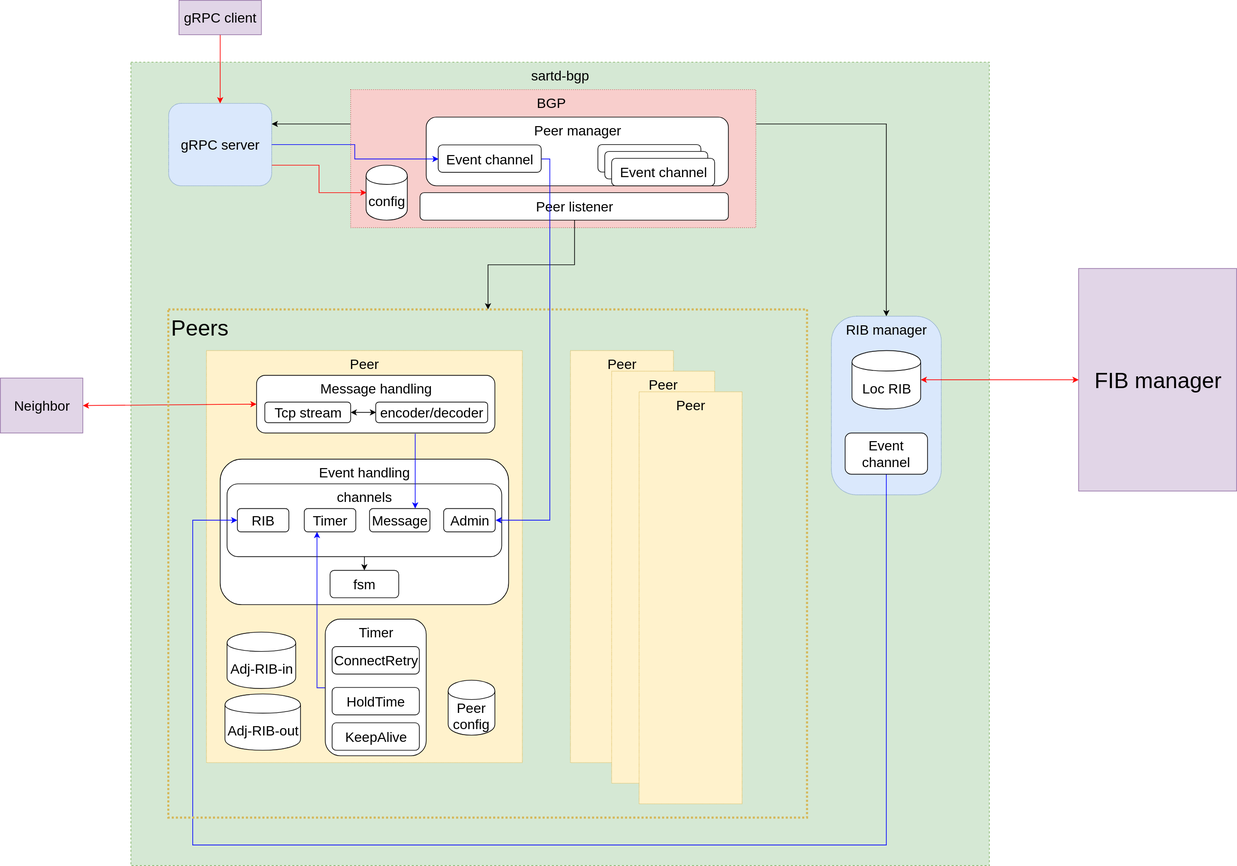
Earlier version of the draw.io export docs/bgp/model.drawio.svg (terassyi/sart). Source tidied: cells renumbered, new cells last; positions are measured from the earlier drawing's top-left corner, leaving out a move shared by most shapes.
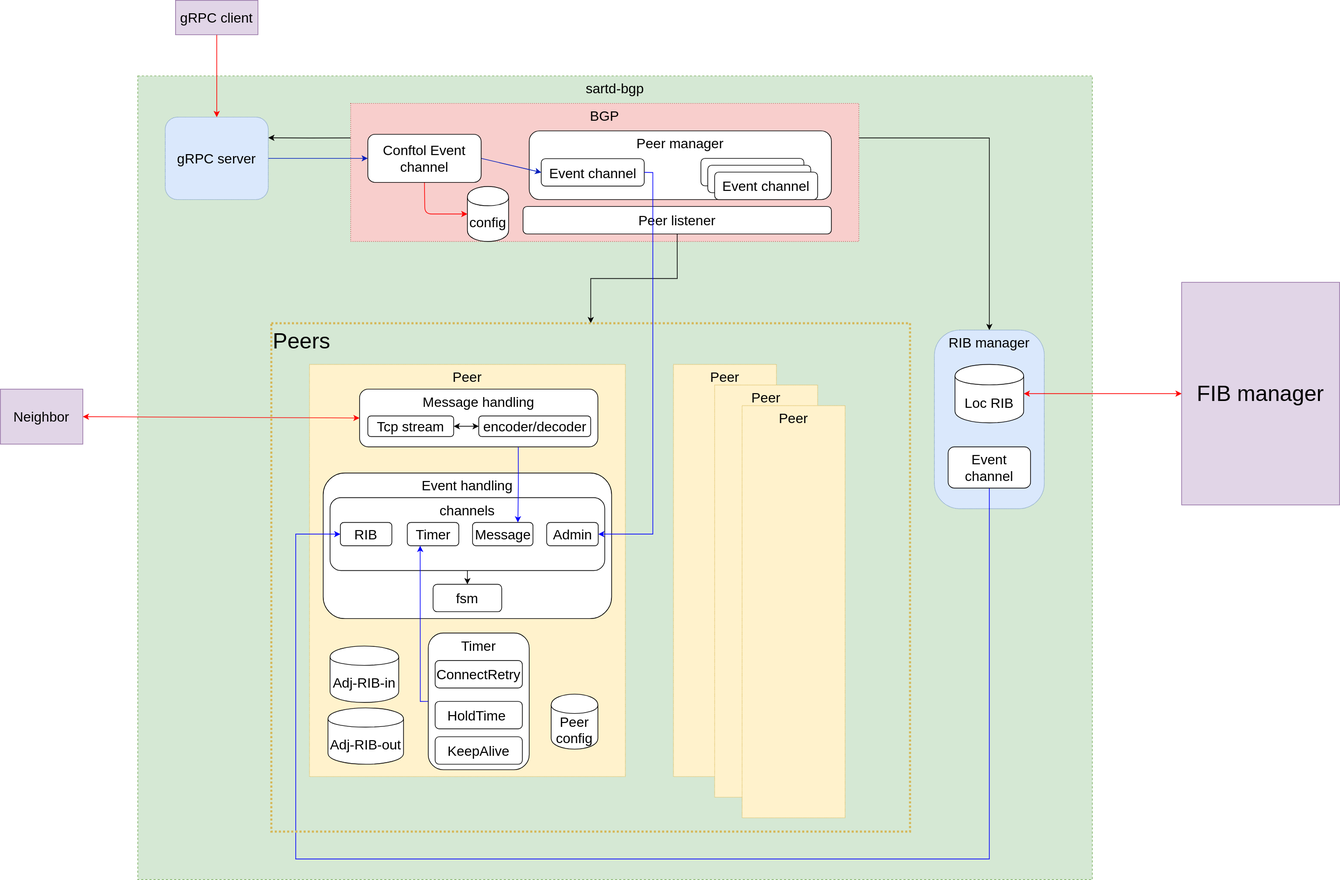
Later version of the same file.

What changed in the source:
```diff
@@ -3,7 +3,7 @@
     <mxCell id="0" />
     <mxCell id="1" parent="0" />
     <mxCell id="2" value="sartd-bgp" style="rounded=0;whiteSpace=wrap;html=1;fontSize=20;fillColor=#d5e8d4;strokeColor=#82b366;verticalAlign=top;align=center;dashed=1;" parent="1" vertex="1">
-      <mxGeometry x="190" y="90" width="1250" height="1170" as="geometry" />
+      <mxGeometry x="50" y="90" width="1390" height="1170" as="geometry" />
     </mxCell>
     <mxCell id="3" style="edgeStyle=orthogonalEdgeStyle;rounded=0;jettySize=auto;html=1;exitX=1;exitY=0.25;exitDx=0;exitDy=0;entryX=0.5;entryY=0;entryDx=0;entryDy=0;strokeColor=#000000;fontSize=20;" parent="1" edge="1" source="5" target="11">
       <mxGeometry relative="1" as="geometry" />
@@ -12,22 +12,22 @@
       <mxGeometry relative="1" as="geometry" />
     </mxCell>
     <mxCell id="5" value="BGP&amp;nbsp;" style="rounded=0;whiteSpace=wrap;html=1;verticalAlign=top;fontSize=20;fillColor=#f8cecc;strokeColor=#b85450;dashed=1;dashPattern=1 2;" parent="1" vertex="1">
-      <mxGeometry x="510" y="130" width="590" height="201" as="geometry" />
+      <mxGeometry x="360" y="130" width="740" height="201" as="geometry" />
     </mxCell>
     <mxCell id="6" value="config" style="shape=cylinder;whiteSpace=wrap;html=1;boundedLbl=1;backgroundOutline=1;fontSize=20;" parent="1" vertex="1">
-      <mxGeometry x="532.5" y="240" width="60" height="80" as="geometry" />
+      <mxGeometry x="530" y="251" width="60" height="80" as="geometry" />
     </mxCell>
-    <mxCell id="7" style="edgeStyle=orthogonalEdgeStyle;rounded=0;jettySize=auto;html=1;exitX=1;exitY=0.75;exitDx=0;exitDy=0;entryX=0;entryY=0.5;entryDx=0;entryDy=0;fontSize=20;strokeColor=#FF0000;" parent="1" edge="1" source="8" target="6">
-      <mxGeometry relative="1" as="geometry" />
-    </mxCell>
+    <mxCell id="54" style="edgeStyle=none;html=1;entryX=0;entryY=0.5;entryDx=0;entryDy=0;fillColor=#0050ef;strokeColor=#001DBC;" parent="1" edge="1" source="8" target="57">
+      <mxGeometry relative="1" as="geometry" />
+    </mxCell>
     <mxCell id="8" value="gRPC server" style="rounded=1;whiteSpace=wrap;html=1;fontSize=20;align=center;fillColor=#dae8fc;strokeColor=#6c8ebf;dashed=1;dashPattern=1 1;" parent="1" vertex="1">
-      <mxGeometry x="245" y="150" width="150" height="120" as="geometry" />
+      <mxGeometry x="90" y="150" width="150" height="120" as="geometry" />
     </mxCell>
     <mxCell id="9" style="edgeStyle=orthogonalEdgeStyle;rounded=0;jettySize=auto;html=1;entryX=0.5;entryY=0;entryDx=0;entryDy=0;strokeColor=#FF0000;fontSize=20;" parent="1" edge="1" source="10" target="8">
       <mxGeometry relative="1" as="geometry" />
     </mxCell>
     <mxCell id="10" value="gRPC client" style="rounded=0;whiteSpace=wrap;html=1;fontSize=20;align=center;fillColor=#e1d5e7;strokeColor=#9673a6;" parent="1" vertex="1">
-      <mxGeometry x="260" width="120" height="50" as="geometry" />
+      <mxGeometry x="105" y="-20" width="120" height="50" as="geometry" />
     </mxCell>
     <mxCell id="11" value="RIB manager" style="rounded=1;whiteSpace=wrap;html=1;fontSize=20;align=center;fillColor=#dae8fc;strokeColor=#6c8ebf;verticalAlign=top;arcSize=23;dashed=1;dashPattern=1 1;" parent="1" vertex="1">
       <mxGeometry x="1210" y="460" width="160" height="260" as="geometry" />
@@ -51,7 +51,7 @@
       <mxGeometry x="327" y="1010" width="110" height="82" as="geometry" />
     </mxCell>
     <mxCell id="18" value="Neighbor" style="rounded=0;whiteSpace=wrap;html=1;fontSize=20;align=center;fillColor=#e1d5e7;strokeColor=#9673a6;" parent="1" vertex="1">
-      <mxGeometry y="550" width="120" height="80" as="geometry" />
+      <mxGeometry x="-150" y="546" width="120" height="80" as="geometry" />
     </mxCell>
     <mxCell id="19" style="endArrow=classic;startArrow=classic;html=1;strokeColor=#FF0000;fontSize=20;exitX=1;exitY=0.5;exitDx=0;exitDy=0;entryX=0;entryY=0.5;entryDx=0;entryDy=0;" parent="1" edge="1" source="18" target="13">
       <mxGeometry relative="1" as="geometry" />
@@ -80,9 +80,6 @@
     <mxCell id="27" value="Event channel" style="rounded=1;whiteSpace=wrap;html=1;fontSize=20;align=center;" parent="1" vertex="1">
       <mxGeometry x="637.5" y="210.5" width="150" height="40" as="geometry" />
     </mxCell>
-    <mxCell id="28" style="edgeStyle=orthogonalEdgeStyle;rounded=0;jettySize=auto;html=1;exitX=1;exitY=0.5;exitDx=0;exitDy=0;entryX=0;entryY=0.5;entryDx=0;entryDy=0;strokeColor=#0000FF;fontSize=20;" parent="1" edge="1" source="8" target="27">
-      <mxGeometry relative="1" as="geometry" />
-    </mxCell>
     <mxCell id="29" value="encoder/decoder" style="rounded=1;whiteSpace=wrap;html=1;fontSize=20;align=center;" parent="1" vertex="1">
       <mxGeometry x="546.5" y="585" width="163" height="30" as="geometry" />
     </mxCell>
@@ -173,5 +170,18 @@
     <mxCell id="53" style="endArrow=classic;startArrow=classic;html=1;strokeColor=#FF0000;fontSize=32;entryX=0;entryY=0.5;entryDx=0;entryDy=0;exitX=1;exitY=0.5;exitDx=0;exitDy=0;fontColor=#FF0000;" parent="1" edge="1" source="15" target="52">
       <mxGeometry relative="1" as="geometry" />
     </mxCell>
+    <mxCell id="55" style="edgeStyle=none;html=1;exitX=1;exitY=0.5;exitDx=0;exitDy=0;entryX=0;entryY=0.5;entryDx=0;entryDy=0;fillColor=#0050ef;strokeColor=#001DBC;" parent="1" edge="1" source="57" target="27">
+      <mxGeometry relative="1" as="geometry" />
+    </mxCell>
+    <mxCell id="56" style="edgeStyle=none;html=1;exitX=0.5;exitY=1;exitDx=0;exitDy=0;entryX=0;entryY=0.5;entryDx=0;entryDy=0;fillColor=#a20025;strokeColor=#FF0000;" parent="1" edge="1" source="57" target="6">
+      <mxGeometry relative="1" as="geometry">
+        <Array as="points">
+          <mxPoint x="468" y="291" />
+        </Array>
+      </mxGeometry>
+    </mxCell>
+    <mxCell id="57" value="Conftol Event channel" style="rounded=1;whiteSpace=wrap;html=1;fontSize=20;align=center;" parent="1" vertex="1">
+      <mxGeometry x="385" y="175" width="165" height="70" as="geometry" />
+    </mxCell>
   </root>
 </mxGraphModel>
```
